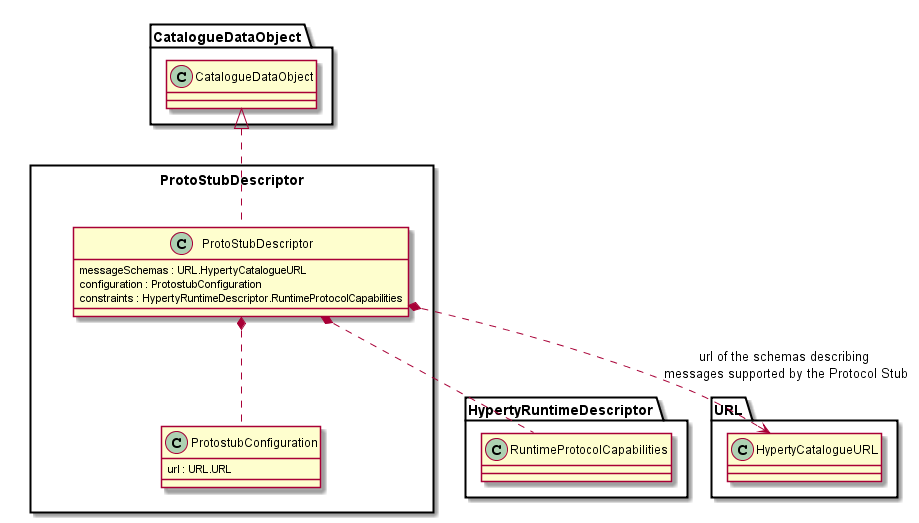
Above: docs/datamodel/Protostub-Descriptor-Data-Object-Model.png in reTHINK-project/dev-service-framework (PlantUML), before the change.
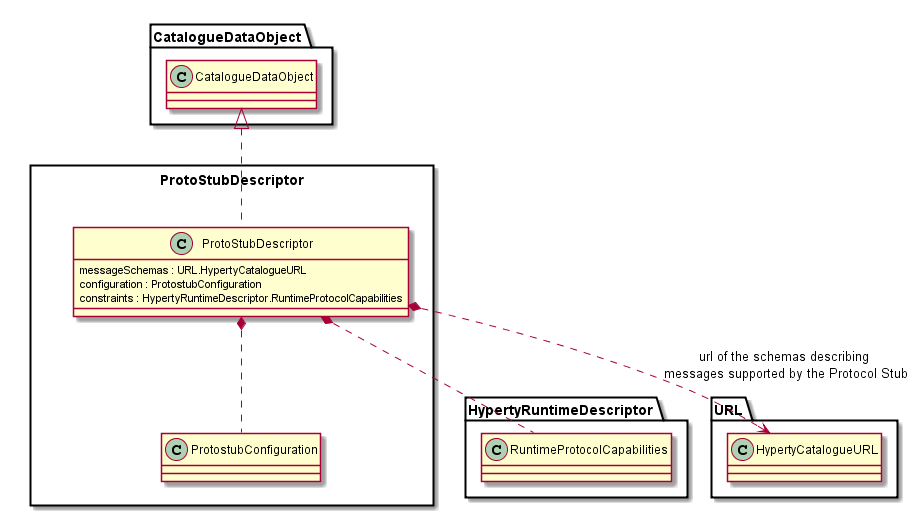
After the commit.

Commit message:
Some fixes in the data model to allow json-schema generation

Diff of the diagram source:
```diff
@@ -9,7 +9,6 @@
 	}
 
 	class ProtostubConfiguration {
-	url : URL.URL
 	}
 
 	ProtoStubDescriptor .up.|> CatalogueDataObject.CatalogueDataObject
```
